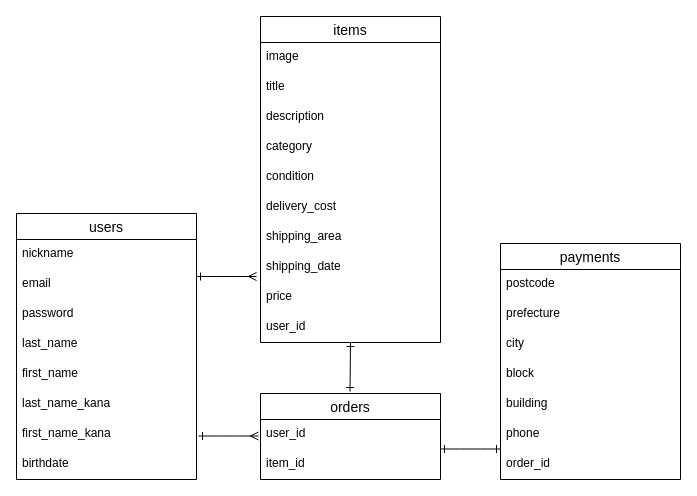
konioa/furima-39107 keeps this draw.io diagram as furima.dio. Above is the earlier version. Source tidied: cells renumbered, new cells numbered last; positions are measured from the earlier drawing's top-left corner, leaving out a move shared by most shapes. Both pictures are drawn from the tidied source at 100%, with x=0, y=0 at pixel (16, 16).
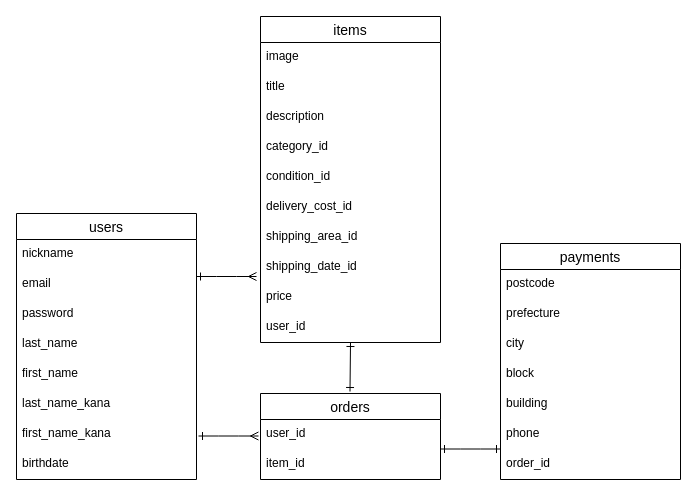
The same page after the edit.

Commit message (it also covers changes not shown here):
データベース設計3

Unchanged cells that the change refers to:
```xml
<mxCell id="11" value="items" style="swimlane;fontStyle=0;horizontal=1;startSize=26;align=center;fontSize=14;" parent="1" vertex="1">
  <mxGeometry x="244" width="180" height="326" as="geometry" />
</mxCell>
```

Change to the diagram source:
```diff
@@
-    <mxCell id="15" value="category" style="text;strokeColor=none;fillColor=none;spacingLeft=4;spacingRight=4;overflow=hidden;fontSize=12;" parent="11" vertex="1">
+    <mxCell id="15" value="category_id" style="text;strokeColor=none;fillColor=none;spacingLeft=4;spacingRight=4;overflow=hidden;fontSize=12;" parent="11" vertex="1">
       <mxGeometry y="116" width="180" height="30" as="geometry" />
     </mxCell>
-    <mxCell id="16" value="condition" style="text;strokeColor=none;fillColor=none;spacingLeft=4;spacingRight=4;overflow=hidden;fontSize=12;" parent="11" vertex="1">
+    <mxCell id="16" value="condition_id" style="text;strokeColor=none;fillColor=none;spacingLeft=4;spacingRight=4;overflow=hidden;fontSize=12;" parent="11" vertex="1">
       <mxGeometry y="146" width="180" height="30" as="geometry" />
     </mxCell>
-    <mxCell id="17" value="delivery_cost" style="text;strokeColor=none;fillColor=none;spacingLeft=4;spacingRight=4;overflow=hidden;fontSize=12;" parent="11" vertex="1">
+    <mxCell id="17" value="delivery_cost_id" style="text;strokeColor=none;fillColor=none;spacingLeft=4;spacingRight=4;overflow=hidden;fontSize=12;" parent="11" vertex="1">
       <mxGeometry y="176" width="180" height="30" as="geometry" />
     </mxCell>
-    <mxCell id="18" value="shipping_area" style="text;strokeColor=none;fillColor=none;spacingLeft=4;spacingRight=4;overflow=hidden;fontSize=12;" parent="11" vertex="1">
+    <mxCell id="18" value="shipping_area_id" style="text;strokeColor=none;fillColor=none;spacingLeft=4;spacingRight=4;overflow=hidden;fontSize=12;" parent="11" vertex="1">
       <mxGeometry y="206" width="180" height="30" as="geometry" />
     </mxCell>
-    <mxCell id="19" value="shipping_date" style="text;strokeColor=none;fillColor=none;spacingLeft=4;spacingRight=4;overflow=hidden;fontSize=12;" parent="11" vertex="1">
+    <mxCell id="19" value="shipping_date_id" style="text;strokeColor=none;fillColor=none;spacingLeft=4;spacingRight=4;overflow=hidden;fontSize=12;" parent="11" vertex="1">
       <mxGeometry y="236" width="180" height="30" as="geometry" />
     </mxCell>
```
